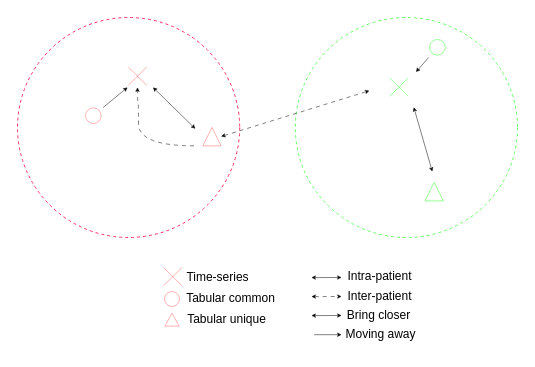
Above: contrastive_decoupling.drawio in Jeremstym/didacticJerem (draw.io), before the change. Source tidied: cells renumbered, new cells numbered last; positions are measured from the earlier drawing's top-left corner, leaving out a move shared by most shapes. Both pictures are drawn from the tidied source at 100%, with x=0, y=0 at pixel (17, 17).
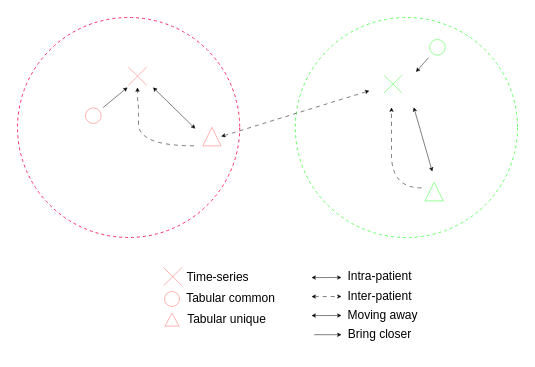
After the change.

What changed in the source:
```diff
@@
     <mxCell id="9" style="endArrow=none;html=1;rounded=0;fontFamily=Helvetica;fontSize=12;fontColor=default;strokeWidth=0.5;strokeColor=#33FF33;" parent="1" edge="1">
       <mxGeometry relative="1" as="geometry">
-        <mxPoint x="372.2" y="78.8" as="sourcePoint" />
-        <mxPoint x="390.7" y="60.5" as="targetPoint" />
+        <mxPoint x="366.2" y="75.8" as="sourcePoint" />
+        <mxPoint x="384.7" y="57.5" as="targetPoint" />
       </mxGeometry>
     </mxCell>
     <mxCell id="10" style="endArrow=none;html=1;rounded=0;fontFamily=Helvetica;fontSize=12;fontColor=default;strokeWidth=0.5;strokeColor=#33FF33;" parent="1" edge="1">
       <mxGeometry relative="1" as="geometry">
-        <mxPoint x="390.7" y="78.8" as="sourcePoint" />
-        <mxPoint x="372.2" y="60.5" as="targetPoint" />
+        <mxPoint x="384.7" y="75.8" as="sourcePoint" />
+        <mxPoint x="366.2" y="57.5" as="targetPoint" />
         <Array as="points">
-          <mxPoint x="372.2" y="60.5" />
+          <mxPoint x="366.2" y="57.5" />
         </Array>
       </mxGeometry>
     </mxCell>
@@
-    <mxCell id="31" value="Moving away" style="text;html=1;align=center;verticalAlign=middle;strokeColor=none;fillColor=none;fontFamily=Helvetica;fontSize=12;fontColor=default;" parent="1" vertex="1">
-      <mxGeometry x="318.4" y="302" width="90" height="30" as="geometry" />
+    <mxCell id="31" value="Bring closer" style="text;html=1;align=center;verticalAlign=middle;strokeColor=none;fillColor=none;fontFamily=Helvetica;fontSize=12;fontColor=default;" parent="1" vertex="1">
+      <mxGeometry x="317.4" y="302" width="90" height="30" as="geometry" />
     </mxCell>
-    <mxCell id="32" value="Bring closer" style="text;html=1;align=center;verticalAlign=middle;strokeColor=none;fillColor=none;fontFamily=Helvetica;fontSize=12;fontColor=default;" parent="1" vertex="1">
-      <mxGeometry x="316.4" y="283" width="90" height="30" as="geometry" />
+    <mxCell id="32" value="Moving away" style="text;html=1;align=center;verticalAlign=middle;strokeColor=none;fillColor=none;fontFamily=Helvetica;fontSize=12;fontColor=default;" parent="1" vertex="1">
+      <mxGeometry x="320.4" y="283" width="90" height="30" as="geometry" />
     </mxCell>
+    <mxCell id="33" style="endArrow=classic;html=1;rounded=0;fontFamily=Helvetica;fontSize=12;fontColor=default;edgeStyle=orthogonalEdgeStyle;curved=1;strokeWidth=0.5;endSize=3;exitX=0.55;exitY=0.773;exitDx=0;exitDy=0;exitPerimeter=0;dashed=1;dashPattern=8 8;" parent="1" edge="1">
+      <mxGeometry relative="1" as="geometry">
+        <mxPoint x="404.1" y="170.4" as="sourcePoint" />
+        <mxPoint x="374" y="90" as="targetPoint" />
+        <Array as="points">
+          <mxPoint x="374" y="170" />
+          <mxPoint x="374" y="104" />
+          <mxPoint x="374" y="104" />
+        </Array>
+      </mxGeometry>
+    </mxCell>
```
